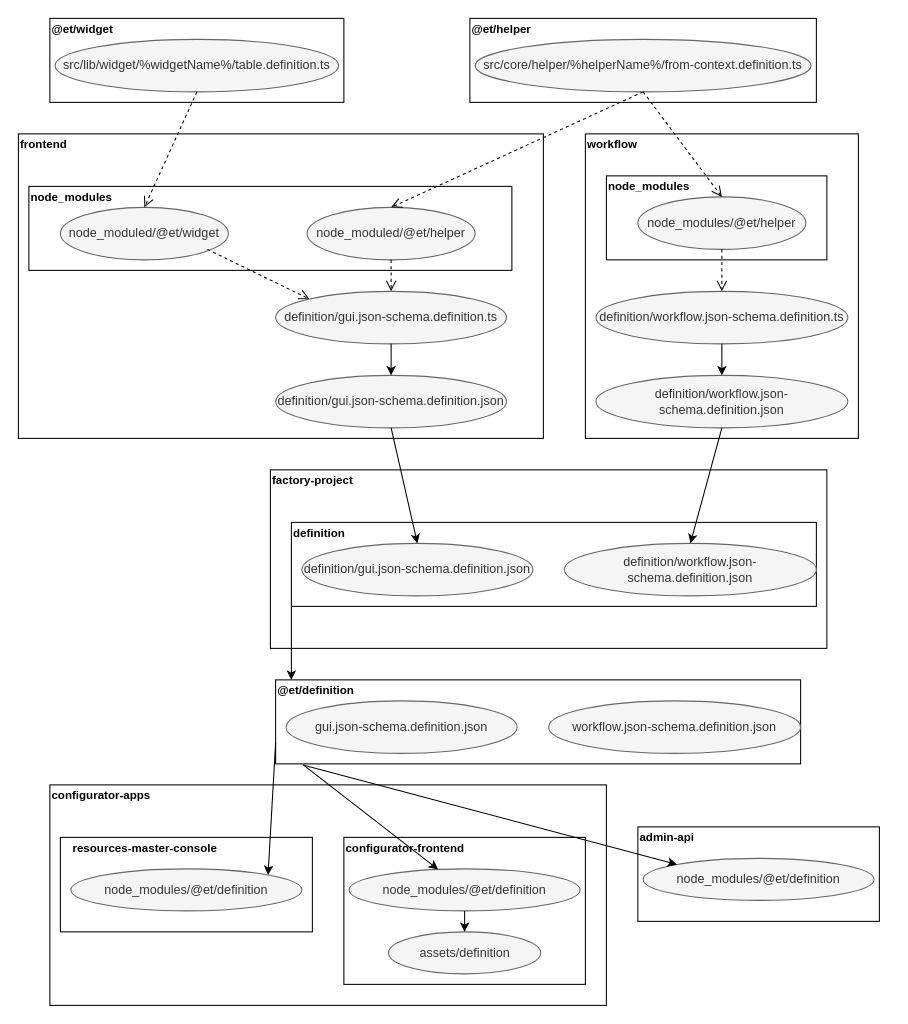
effective-group/docs-drawio keeps this draw.io diagram as EFA-processes/definition-process.drawio. Above is the earlier version. Source tidied: cells renumbered, new cells numbered last; positions are measured from the earlier drawing's top-left corner, leaving out a move shared by most shapes. Both pictures are drawn from the tidied source at 105%, with x=0, y=0 at pixel (18, 18).
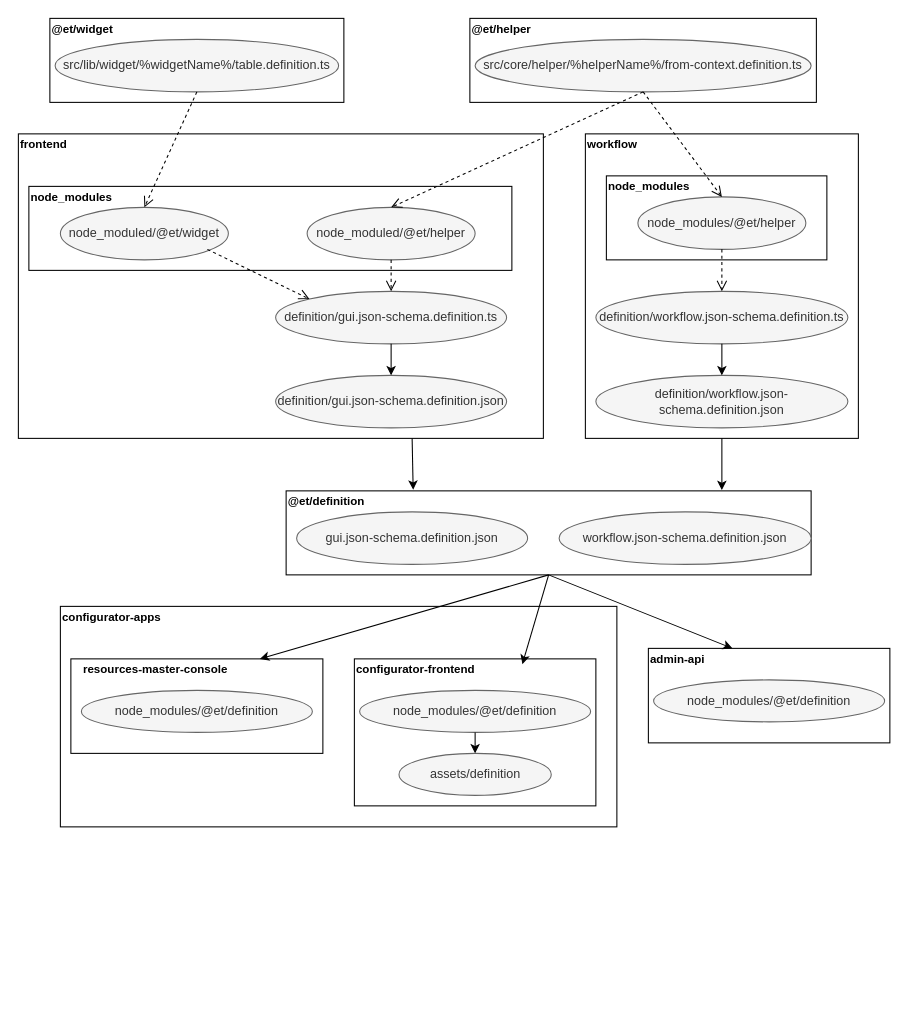
After the change.

Unchanged cells that the change refers to:
```xml
<mxCell id="8" style="rounded=0;whiteSpace=wrap;html=1;" parent="1" vertex="1">
  <mxGeometry y="110" width="500" height="290" as="geometry" />
</mxCell>
<mxCell id="15" value="definition/gui.json-schema.definition.json" style="ellipse;whiteSpace=wrap;html=1;fillColor=#f5f5f5;strokeColor=#666666;fontColor=#333333;" parent="1" vertex="1">
  <mxGeometry x="245" y="340" width="220" height="50" as="geometry" />
</mxCell>
<mxCell id="16" style="rounded=0;whiteSpace=wrap;html=1;" parent="1" vertex="1">
  <mxGeometry x="540" y="110" width="260" height="290" as="geometry" />
</mxCell>
<mxCell id="22" value="definition/workflow.json-schema.definition.json" style="ellipse;whiteSpace=wrap;html=1;fillColor=#f5f5f5;strokeColor=#666666;fontColor=#333333;" parent="1" vertex="1">
  <mxGeometry x="550" y="340" width="240" height="50" as="geometry" />
</mxCell>
```

Diff of the diagram source:
```diff
@@
-    <mxCell id="23" style="rounded=0;whiteSpace=wrap;html=1;" parent="1" vertex="1">
-      <mxGeometry x="240" y="430" width="530" height="170" as="geometry" />
-    </mxCell>
-    <mxCell id="24" value="&lt;font style=&quot;font-size: 11px&quot;&gt;&lt;b&gt;factory-project&lt;/b&gt;&lt;/font&gt;" style="text;html=1;strokeColor=none;fillColor=none;align=left;verticalAlign=middle;whiteSpace=wrap;rounded=0;" parent="1" vertex="1">
-      <mxGeometry x="240" y="430" width="100" height="20" as="geometry" />
-    </mxCell>
-    <mxCell id="25" style="rounded=0;whiteSpace=wrap;html=1;" parent="1" vertex="1">
-      <mxGeometry x="260" y="480" width="500" height="80" as="geometry" />
-    </mxCell>
-    <mxCell id="26" value="&lt;font style=&quot;font-size: 11px&quot;&gt;&lt;b&gt;definition&lt;/b&gt;&lt;/font&gt;" style="text;html=1;strokeColor=none;fillColor=none;align=left;verticalAlign=middle;whiteSpace=wrap;rounded=0;" parent="1" vertex="1">
-      <mxGeometry x="260" y="480" width="60" height="20" as="geometry" />
-    </mxCell>
-    <mxCell id="27" value="definition/gui.json-schema.definition.json" style="ellipse;whiteSpace=wrap;html=1;fillColor=#f5f5f5;strokeColor=#666666;fontColor=#333333;" parent="1" vertex="1">
-      <mxGeometry x="270" y="500" width="220" height="50" as="geometry" />
-    </mxCell>
-    <mxCell id="28" value="definition/workflow.json-schema.definition.json" style="ellipse;whiteSpace=wrap;html=1;fillColor=#f5f5f5;strokeColor=#666666;fontColor=#333333;" parent="1" vertex="1">
-      <mxGeometry x="520" y="500" width="240" height="50" as="geometry" />
-    </mxCell>
     <mxCell id="29" style="rounded=0;whiteSpace=wrap;html=1;" parent="1" vertex="1">
-      <mxGeometry x="245" y="630" width="500" height="80" as="geometry" />
+      <mxGeometry x="255" y="450" width="500" height="80" as="geometry" />
     </mxCell>
     <mxCell id="30" value="&lt;font style=&quot;font-size: 11px&quot;&gt;&lt;b&gt;@et/definition&lt;/b&gt;&lt;/font&gt;" style="text;html=1;strokeColor=none;fillColor=none;align=left;verticalAlign=middle;whiteSpace=wrap;rounded=0;" parent="1" vertex="1">
-      <mxGeometry x="245" y="630" width="60" height="20" as="geometry" />
+      <mxGeometry x="255" y="450" width="60" height="20" as="geometry" />
     </mxCell>
     <mxCell id="31" value="gui.json-schema.definition.json" style="ellipse;whiteSpace=wrap;html=1;fillColor=#f5f5f5;strokeColor=#666666;fontColor=#333333;" parent="1" vertex="1">
-      <mxGeometry x="255" y="650" width="220" height="50" as="geometry" />
+      <mxGeometry x="265" y="470" width="220" height="50" as="geometry" />
     </mxCell>
     <mxCell id="32" value="workflow.json-schema.definition.json" style="ellipse;whiteSpace=wrap;html=1;fillColor=#f5f5f5;strokeColor=#666666;fontColor=#333333;" parent="1" vertex="1">
-      <mxGeometry x="505" y="650" width="240" height="50" as="geometry" />
+      <mxGeometry x="515" y="470" width="240" height="50" as="geometry" />
     </mxCell>
     <mxCell id="33" style="rounded=0;whiteSpace=wrap;html=1;" parent="1" vertex="1">
-      <mxGeometry x="30" y="730" width="530" height="210" as="geometry" />
+      <mxGeometry x="40" y="560" width="530" height="210" as="geometry" />
     </mxCell>
     <mxCell id="34" value="&lt;font style=&quot;font-size: 11px&quot;&gt;&lt;b&gt;configurator-apps&lt;/b&gt;&lt;/font&gt;" style="text;html=1;strokeColor=none;fillColor=none;align=left;verticalAlign=middle;whiteSpace=wrap;rounded=0;" parent="1" vertex="1">
-      <mxGeometry x="30" y="730" width="100" height="20" as="geometry" />
+      <mxGeometry x="40" y="560" width="100" height="20" as="geometry" />
     </mxCell>
     <mxCell id="35" style="rounded=0;whiteSpace=wrap;html=1;" parent="1" vertex="1">
-      <mxGeometry x="40" y="780" width="240" height="90" as="geometry" />
+      <mxGeometry x="50" y="610" width="240" height="90" as="geometry" />
     </mxCell>
     <mxCell id="36" value="&lt;font style=&quot;font-size: 11px&quot;&gt;&lt;b&gt;resources-master-console&lt;/b&gt;&lt;/font&gt;" style="text;html=1;strokeColor=none;fillColor=none;align=left;verticalAlign=middle;whiteSpace=wrap;rounded=0;" parent="1" vertex="1">
-      <mxGeometry x="50" y="780" width="160" height="20" as="geometry" />
+      <mxGeometry x="60" y="610" width="160" height="20" as="geometry" />
     </mxCell>
     <mxCell id="37" value="node_modules/@et/definition" style="ellipse;whiteSpace=wrap;html=1;fillColor=#f5f5f5;strokeColor=#666666;fontColor=#333333;" parent="1" vertex="1">
-      <mxGeometry x="50" y="810" width="220" height="40" as="geometry" />
+      <mxGeometry x="60" y="640" width="220" height="40" as="geometry" />
     </mxCell>
     <mxCell id="38" style="rounded=0;whiteSpace=wrap;html=1;" parent="1" vertex="1">
-      <mxGeometry x="310" y="780" width="230" height="140" as="geometry" />
+      <mxGeometry x="320" y="610" width="230" height="140" as="geometry" />
     </mxCell>
     <mxCell id="39" value="&lt;font style=&quot;font-size: 11px&quot;&gt;&lt;b&gt;configurator-frontend&lt;/b&gt;&lt;/font&gt;" style="text;html=1;strokeColor=none;fillColor=none;align=left;verticalAlign=middle;whiteSpace=wrap;rounded=0;" parent="1" vertex="1">
-      <mxGeometry x="310" y="780" width="160" height="20" as="geometry" />
+      <mxGeometry x="320" y="610" width="160" height="20" as="geometry" />
     </mxCell>
     <mxCell id="40" value="node_modules/@et/definition" style="ellipse;whiteSpace=wrap;html=1;fillColor=#f5f5f5;strokeColor=#666666;fontColor=#333333;" parent="1" vertex="1">
-      <mxGeometry x="315" y="810" width="220" height="40" as="geometry" />
+      <mxGeometry x="325" y="640" width="220" height="40" as="geometry" />
     </mxCell>
     <mxCell id="41" value="assets/definition" style="ellipse;whiteSpace=wrap;html=1;fillColor=#f5f5f5;strokeColor=#666666;fontColor=#333333;" parent="1" vertex="1">
-      <mxGeometry x="352.5" y="870" width="145" height="40" as="geometry" />
+      <mxGeometry x="362.5" y="700" width="145" height="40" as="geometry" />
     </mxCell>
     <mxCell id="42" style="rounded=0;whiteSpace=wrap;html=1;" parent="1" vertex="1">
-      <mxGeometry x="590" y="770" width="230" height="90" as="geometry" />
+      <mxGeometry x="600" y="600" width="230" height="90" as="geometry" />
     </mxCell>
     <mxCell id="43" value="&lt;font style=&quot;font-size: 11px&quot;&gt;&lt;b&gt;admin-api&lt;/b&gt;&lt;/font&gt;" style="text;html=1;strokeColor=none;fillColor=none;align=left;verticalAlign=middle;whiteSpace=wrap;rounded=0;" parent="1" vertex="1">
-      <mxGeometry x="590" y="770" width="160" height="20" as="geometry" />
+      <mxGeometry x="600" y="600" width="160" height="20" as="geometry" />
     </mxCell>
     <mxCell id="44" value="node_modules/@et/definition" style="ellipse;whiteSpace=wrap;html=1;fillColor=#f5f5f5;strokeColor=#666666;fontColor=#333333;" parent="1" vertex="1">
-      <mxGeometry x="595" y="800" width="220" height="40" as="geometry" />
+      <mxGeometry x="605" y="630" width="220" height="40" as="geometry" />
     </mxCell>
@@
-    <mxCell id="53" style="endArrow=classic;html=1;exitX=0.5;exitY=1;exitDx=0;exitDy=0;entryX=0.5;entryY=0;entryDx=0;entryDy=0;" parent="1" edge="1" source="15" target="27">
-      <mxGeometry relative="1" as="geometry" />
-    </mxCell>
-    <mxCell id="54" style="endArrow=classic;html=1;exitX=0.5;exitY=1;exitDx=0;exitDy=0;entryX=0.5;entryY=0;entryDx=0;entryDy=0;" parent="1" edge="1" source="22" target="28">
-      <mxGeometry relative="1" as="geometry" />
-    </mxCell>
-    <mxCell id="55" style="endArrow=classic;html=1;exitX=0;exitY=1;exitDx=0;exitDy=0;entryX=0.25;entryY=0;entryDx=0;entryDy=0;" parent="1" edge="1" source="25" target="30">
-      <mxGeometry relative="1" as="geometry" />
-    </mxCell>
-    <mxCell id="56" style="endArrow=classic;html=1;exitX=0;exitY=0.75;exitDx=0;exitDy=0;entryX=1;entryY=0;entryDx=0;entryDy=0;" parent="1" edge="1" source="29" target="37">
+    <mxCell id="56" style="endArrow=classic;html=1;exitX=0.5;exitY=1;exitDx=0;exitDy=0;entryX=0.75;entryY=0;entryDx=0;entryDy=0;" parent="1" edge="1" source="29" target="35">
       <mxGeometry relative="1" as="geometry" />
     </mxCell>
-    <mxCell id="57" style="endArrow=classic;html=1;exitX=0.052;exitY=1.008;exitDx=0;exitDy=0;exitPerimeter=0;" parent="1" edge="1" source="29" target="40">
+    <mxCell id="57" style="endArrow=classic;html=1;exitX=0.5;exitY=1;exitDx=0;exitDy=0;entryX=1;entryY=0.25;entryDx=0;entryDy=0;" parent="1" edge="1" source="29" target="39">
       <mxGeometry relative="1" as="geometry" />
     </mxCell>
-    <mxCell id="58" style="endArrow=classic;html=1;entryX=0;entryY=0;entryDx=0;entryDy=0;exitX=0.054;exitY=1.015;exitDx=0;exitDy=0;exitPerimeter=0;" parent="1" edge="1" source="29" target="44">
+    <mxCell id="58" style="endArrow=classic;html=1;entryX=0.5;entryY=0;entryDx=0;entryDy=0;exitX=0.5;exitY=1;exitDx=0;exitDy=0;" parent="1" edge="1" source="29" target="43">
       <mxGeometry relative="1" as="geometry" />
     </mxCell>
@@
+    <mxCell id="60" style="endArrow=classic;html=1;exitX=0.75;exitY=1;exitDx=0;exitDy=0;entryX=0.242;entryY=-0.013;entryDx=0;entryDy=0;entryPerimeter=0;" parent="1" edge="1" source="8" target="29">
+      <mxGeometry relative="1" as="geometry" />
+    </mxCell>
+    <mxCell id="61" style="endArrow=classic;html=1;exitX=0.5;exitY=1;exitDx=0;exitDy=0;entryX=0.83;entryY=-0.009;entryDx=0;entryDy=0;entryPerimeter=0;" parent="1" edge="1" source="16" target="29">
+      <mxGeometry relative="1" as="geometry" />
+    </mxCell>
```
